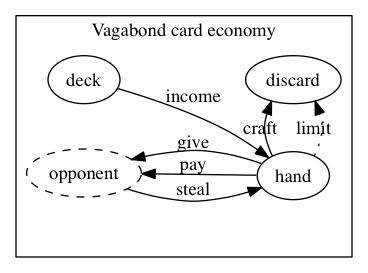
The Graphviz diagram diagrams/vagabond-cards.png in krawaller/root, before a commit. Its source is kept beside it as diagrams/vagabond-cards.dot.
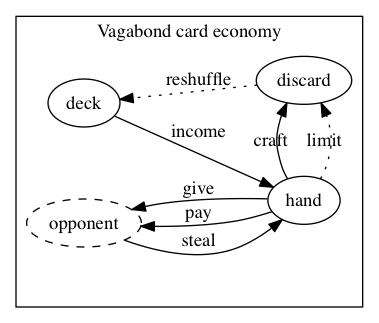
Later version of the same file.

Commit message:
add discard to deck lines to card economies

The edit, as a diff of the source:
```diff
@@ -19,6 +19,8 @@
     hand -> opponent [label="give"]
     opponent -> hand [label="steal"]
 
+    discard -> deck [label="reshuffle" style=dotted]
+
     {rank=same; deck, opponent}
     {rank=same; hand, discard}
   }
```
